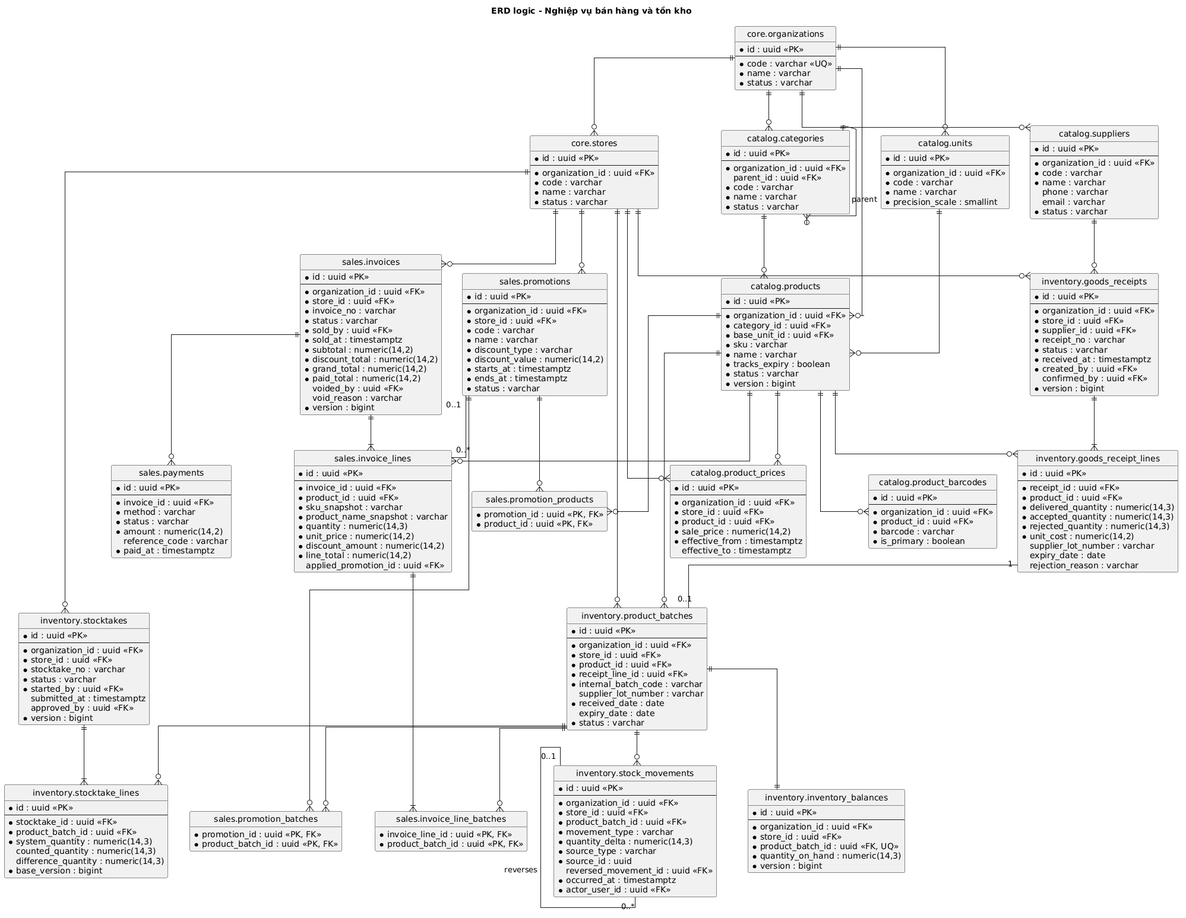
zomboXx/bach-hoa-sim-tim keeps this PlantUML diagram as docs/architecture/database/diagrams/erd-core-operations.png. Above is the earlier version.
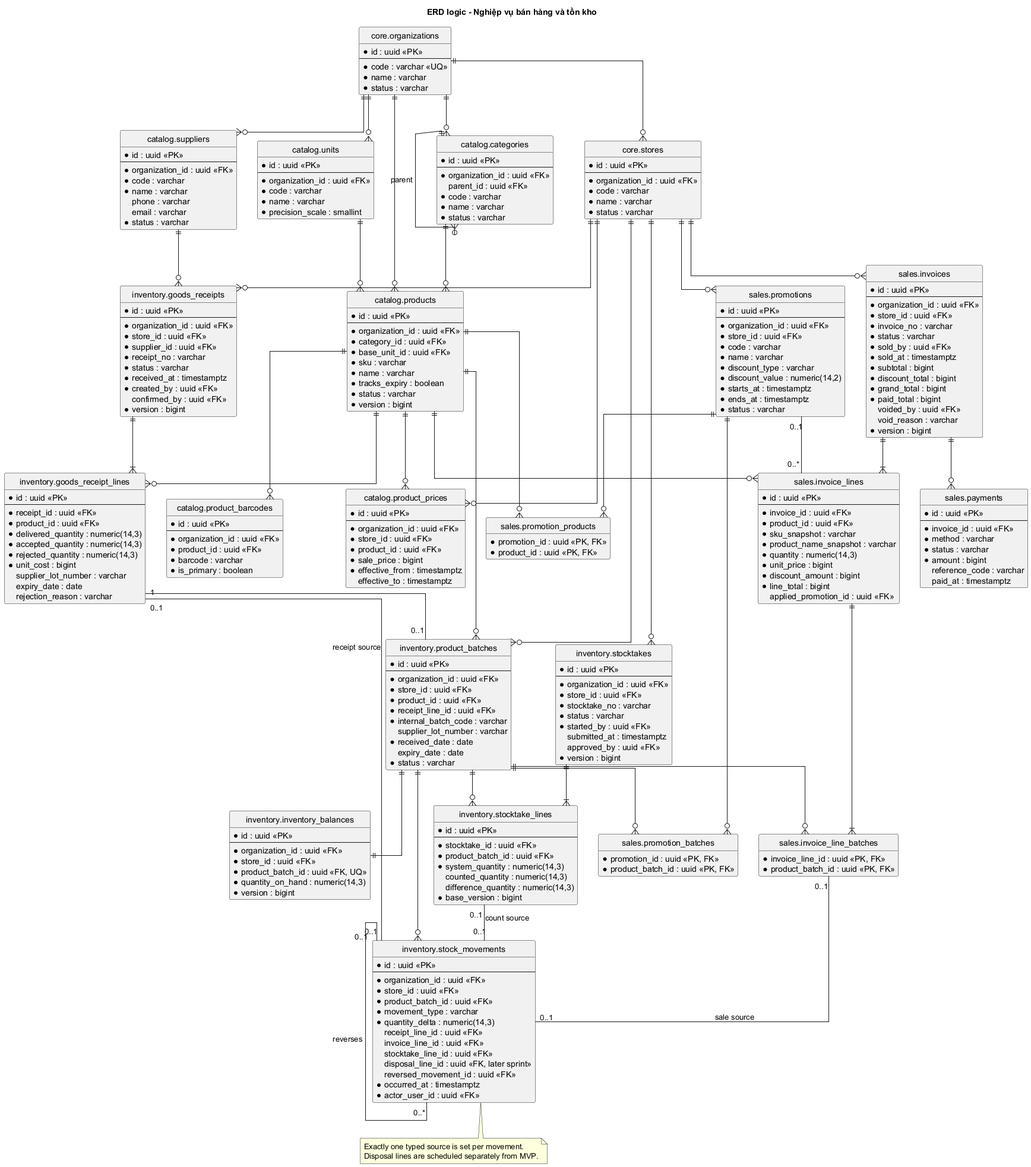
Later version of the same file.

Diff of the diagram source:
```diff
@@ -85,7 +85,7 @@
   * organization_id : uuid <<FK>>
   * store_id : uuid <<FK>>
   * product_id : uuid <<FK>>
-  * sale_price : numeric(14,2)
+  * sale_price : bigint
   * effective_from : timestamptz
   effective_to : timestamptz
 }
@@ -112,7 +112,7 @@
   * delivered_quantity : numeric(14,3)
   * accepted_quantity : numeric(14,3)
   * rejected_quantity : numeric(14,3)
-  * unit_cost : numeric(14,2)
+  * unit_cost : bigint
   supplier_lot_number : varchar
   expiry_date : date
   rejection_reason : varchar
@@ -150,8 +150,10 @@
   * product_batch_id : uuid <<FK>>
   * movement_type : varchar
   * quantity_delta : numeric(14,3)
-  * source_type : varchar
-  * source_id : uuid
+  receipt_line_id : uuid <<FK>>
+  invoice_line_id : uuid <<FK>>
+  stocktake_line_id : uuid <<FK>>
+  disposal_line_id : uuid <<FK, later sprint>>
   reversed_movement_id : uuid <<FK>>
   * occurred_at : timestamptz
   * actor_user_id : uuid <<FK>>
@@ -214,10 +216,10 @@
   * status : varchar
   * sold_by : uuid <<FK>>
   * sold_at : timestamptz
-  * subtotal : numeric(14,2)
-  * discount_total : numeric(14,2)
-  * grand_total : numeric(14,2)
-  * paid_total : numeric(14,2)
+  * subtotal : bigint
+  * discount_total : bigint
+  * grand_total : bigint
+  * paid_total : bigint
   voided_by : uuid <<FK>>
   void_reason : varchar
   * version : bigint
@@ -231,9 +233,9 @@
   * sku_snapshot : varchar
   * product_name_snapshot : varchar
   * quantity : numeric(14,3)
-  * unit_price : numeric(14,2)
-  * discount_amount : numeric(14,2)
-  * line_total : numeric(14,2)
+  * unit_price : bigint
+  * discount_amount : bigint
+  * line_total : bigint
   applied_promotion_id : uuid <<FK>>
 }
 
@@ -249,9 +251,9 @@
   * invoice_id : uuid <<FK>>
   * method : varchar
   * status : varchar
-  * amount : numeric(14,2)
+  * amount : bigint
   reference_code : varchar
-  * paid_at : timestamptz
+  paid_at : timestamptz
 }
 
 organizations ||--o{ stores
@@ -274,6 +276,9 @@
 stores ||--o{ batches
 batches ||--|| balances
 batches ||--o{ stockMovement
+receipt_lines "0..1" -- "0..1" stockMovement : receipt source
+invoice_line_batches "0..1" -- "0..1" stockMovement : sale source
+stocktake_lines "0..1" -- "0..1" stockMovement : count source
 stockMovement "0..1" -- "0..*" stockMovement : reverses
 stores ||--o{ stocktakes
 stocktakes ||--|{ stocktake_lines
@@ -291,4 +296,9 @@
 batches ||--o{ invoice_line_batches
 invoices ||--o{ payments
 
+note bottom of stockMovement
+  Exactly one typed source is set per movement.
+  Disposal lines are scheduled separately from MVP.
+end note
+
 @enduml
```
